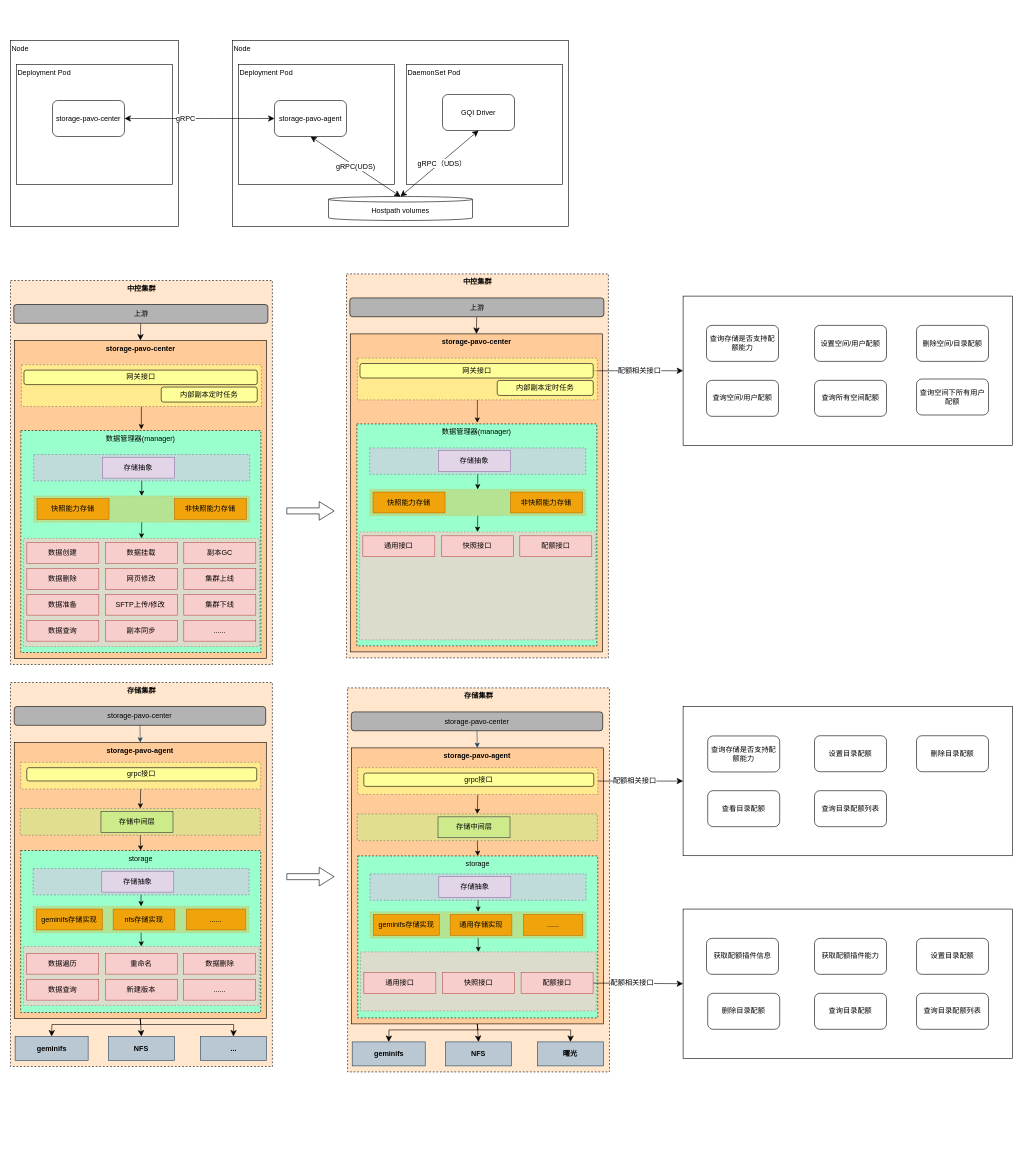
Above: page "Copy of Page-1" (2 of 2) of 智算中心/配额接入.drawio in paochiang/draw (draw.io), before the change. Source tidied: cells renumbered, new cells numbered last; positions are measured from the earlier drawing's top-left corner, leaving out a move shared by most shapes. Both pictures are drawn from the tidied source at 60%, with x=0, y=0 at pixel (10, 40).
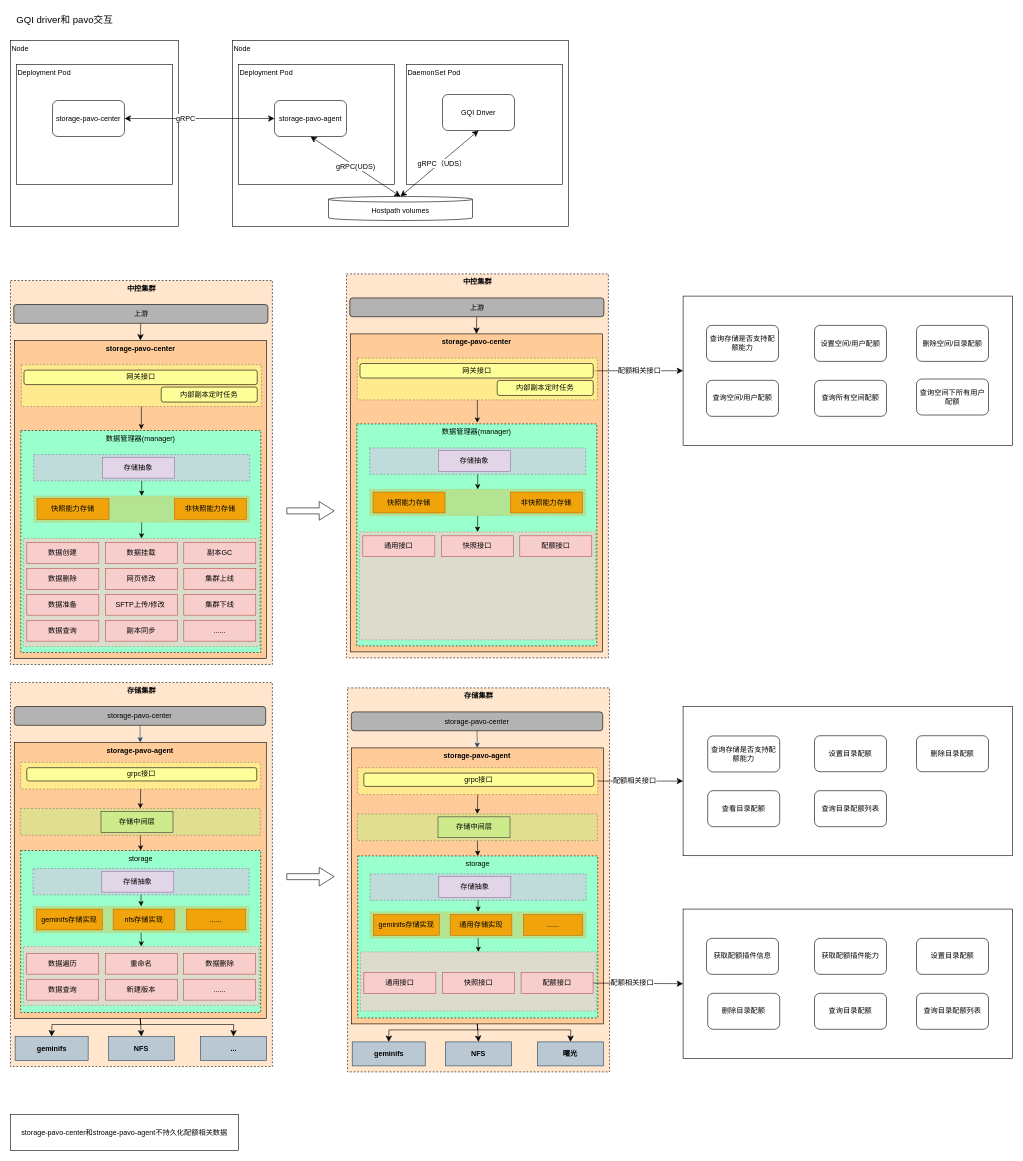
The same page after the edit.

What changed in the source:
```diff
@@
+    <mxCell id="167" value="storage-pavo-center和stroage-pavo-agent不持久化配额相关数据" style="whiteSpace=wrap;html=1;" parent="1" vertex="1">
+      <mxGeometry y="1790" width="380" height="60" as="geometry" />
+    </mxCell>
+    <mxCell id="168" value="GQI driver和 pavo交互" style="text;html=1;align=center;verticalAlign=middle;strokeColor=none;fillColor=none;fontSize=16;" parent="1" vertex="1">
+      <mxGeometry y="-50" width="180" height="30" as="geometry" />
+    </mxCell>
```
